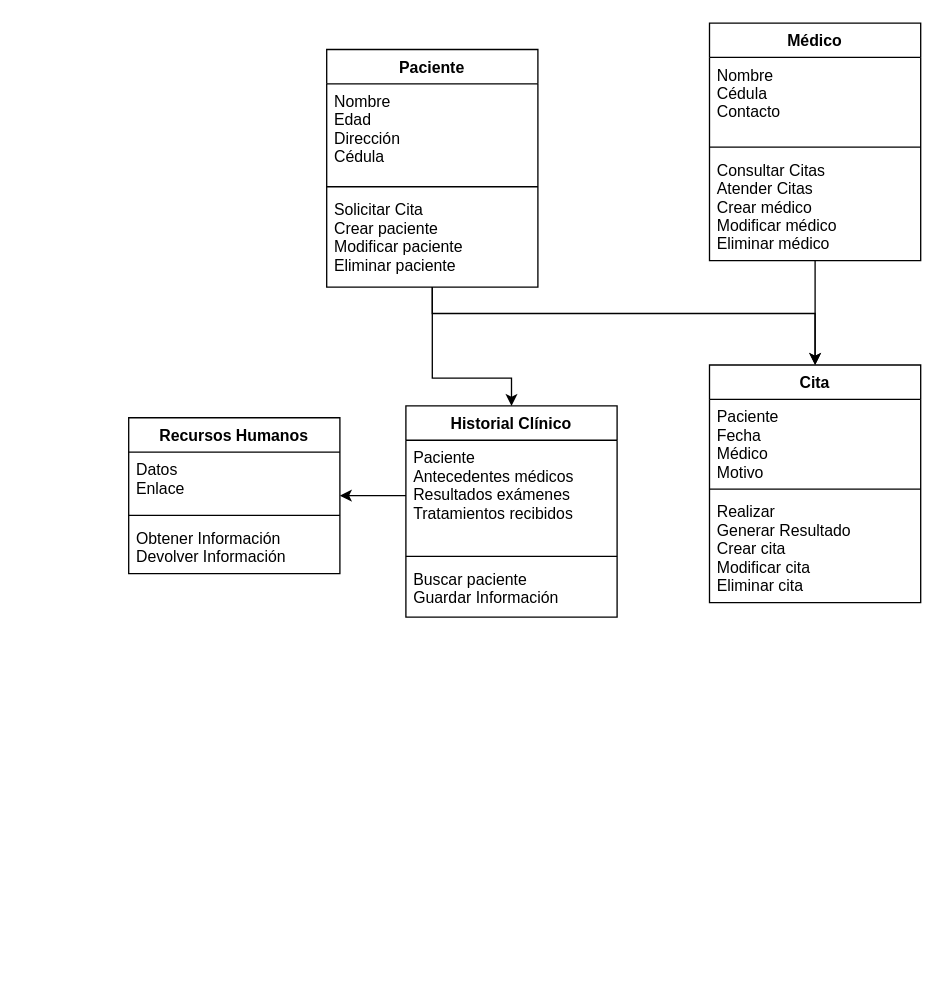
Earlier version of the draw.io diagram page "Clase" (2 of 5) of ProyectoING.Softwarell/CasosdeUso.drawio (ElJason/Draw_Diagramas). Source tidied: cells renumbered, new cells numbered last; positions are measured from the earlier drawing's top-left corner, leaving out a move shared by most shapes. Both pictures are drawn from the tidied source at 132%, with x=0, y=0 at pixel (128, 22).
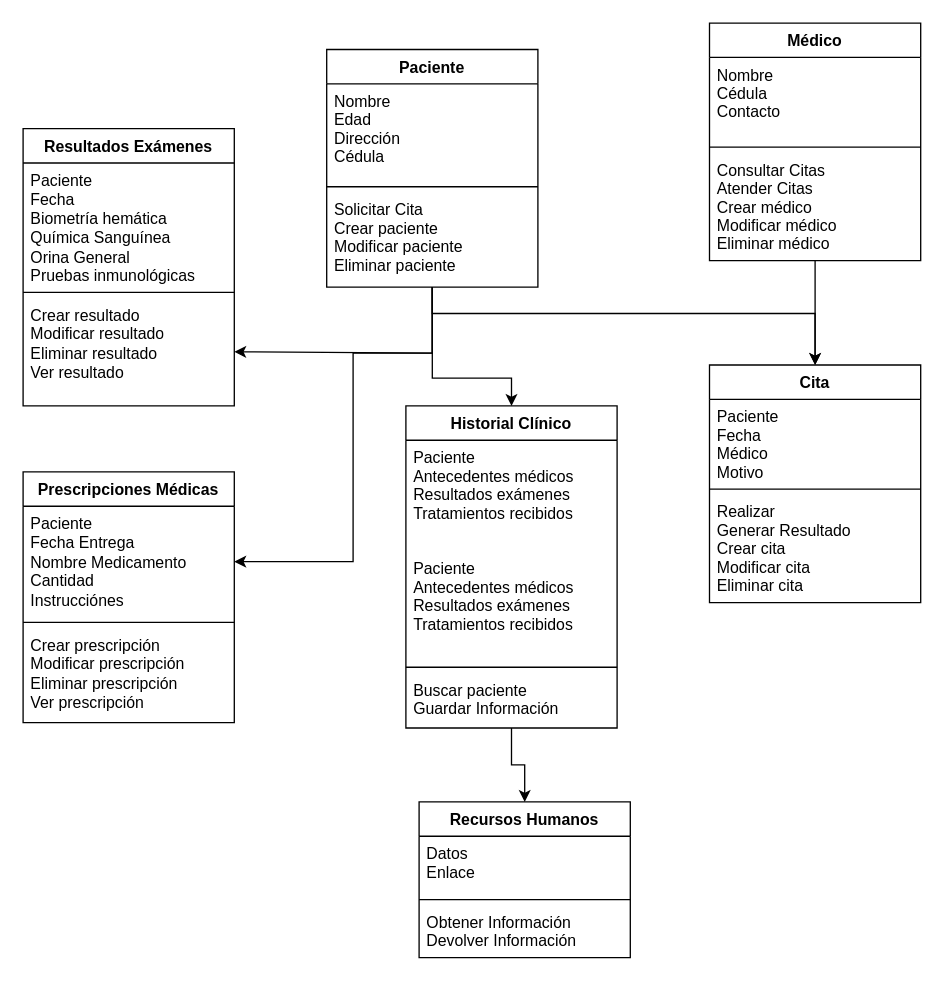
Above is the later version.

The change refers to these unchanged cells:
```xml
<mxCell id="4" value="Paciente" style="swimlane;fontStyle=1;align=center;verticalAlign=top;horizontal=1;startSize=26;" parent="1" vertex="1">
  <mxGeometry x="150" y="20" width="160" height="180" as="geometry" />
</mxCell>
```

The edit, as a diff of the source:
```diff
@@
+    <mxCell id="26" style="edgeStyle=orthogonalEdgeStyle;rounded=0;jettySize=auto;html=1;entryX=1;entryY=0.5;entryDx=0;entryDy=0;" parent="1" edge="1" source="4" target="33">
+      <mxGeometry relative="1" as="geometry">
+        <Array as="points">
+          <mxPoint x="230" y="250" />
+        </Array>
+      </mxGeometry>
+    </mxCell>
+    <mxCell id="27" style="edgeStyle=orthogonalEdgeStyle;rounded=0;jettySize=auto;html=1;entryX=1;entryY=0.5;entryDx=0;entryDy=0;" parent="1" edge="1" source="4" target="35">
+      <mxGeometry relative="1" as="geometry">
+        <Array as="points">
+          <mxPoint x="230" y="250" />
+          <mxPoint x="170" y="250" />
+          <mxPoint x="170" y="408" />
+        </Array>
+      </mxGeometry>
+    </mxCell>
@@
+    <mxCell id="28" style="edgeStyle=orthogonalEdgeStyle;rounded=0;jettySize=auto;html=1;entryX=0.5;entryY=0;entryDx=0;entryDy=0;" parent="1" edge="1" source="13" target="21">
+      <mxGeometry relative="1" as="geometry" />
+    </mxCell>
     <mxCell id="13" value="Historial Clínico" style="swimlane;fontStyle=1;align=center;verticalAlign=top;horizontal=1;startSize=26;" parent="1" vertex="1">
-      <mxGeometry x="210" y="290" width="160" height="160" as="geometry" />
+      <mxGeometry x="210" y="290" width="160" height="244" as="geometry" />
     </mxCell>
+    <mxCell id="29" value="Paciente&#10;Antecedentes médicos&#10;Resultados exámenes&#10;Tratamientos recibidos" style="text;strokeColor=none;fillColor=none;align=left;verticalAlign=top;spacingLeft=4;spacingRight=4;overflow=hidden;" parent="13" vertex="1">
+      <mxGeometry y="26" width="160" height="84" as="geometry" />
+    </mxCell>
     <mxCell id="14" value="Paciente&#10;Antecedentes médicos&#10;Resultados exámenes&#10;Tratamientos recibidos" style="text;strokeColor=none;fillColor=none;align=left;verticalAlign=top;spacingLeft=4;spacingRight=4;overflow=hidden;points=[[0,0.5],[1,0.5]];portConstraint=eastwest;" parent="13" vertex="1">
-      <mxGeometry y="26" width="160" height="84" as="geometry" />
+      <mxGeometry y="110" width="160" height="84" as="geometry" />
     </mxCell>
     <mxCell id="15" style="line;strokeWidth=1;fillColor=none;align=left;verticalAlign=middle;spacingTop=-1;spacingLeft=3;spacingRight=3;labelPosition=right;strokeColor=inherit;" parent="13" vertex="1">
-      <mxGeometry y="110" width="160" height="8" as="geometry" />
+      <mxGeometry y="194" width="160" height="8" as="geometry" />
     </mxCell>
     <mxCell id="16" value="Buscar paciente&#10;Guardar Información" style="text;strokeColor=none;fillColor=none;align=left;verticalAlign=top;spacingLeft=4;spacingRight=4;overflow=hidden;" parent="13" vertex="1">
-      <mxGeometry y="118" width="160" height="42" as="geometry" />
+      <mxGeometry y="202" width="160" height="42" as="geometry" />
     </mxCell>
@@
     <mxCell id="21" value="Recursos Humanos" style="swimlane;fontStyle=1;align=center;verticalAlign=top;horizontal=1;startSize=26;" parent="1" vertex="1">
-      <mxGeometry y="299" width="160" height="118" as="geometry" />
+      <mxGeometry x="220" y="590" width="160" height="118" as="geometry" />
     </mxCell>
@@
-    <mxCell id="25" style="edgeStyle=orthogonalEdgeStyle;rounded=0;jettySize=auto;html=1;exitX=0;exitY=0.5;exitDx=0;exitDy=0;entryX=1;entryY=0.5;entryDx=0;entryDy=0;" parent="1" edge="1" source="14" target="21">
-      <mxGeometry relative="1" as="geometry" />
-    </mxCell>
+    <mxCell id="30" value="Resultados Exámenes" style="swimlane;fontStyle=1;align=center;verticalAlign=top;horizontal=1;startSize=26;whiteSpace=wrap;html=1;" parent="1" vertex="1">
+      <mxGeometry x="-80" y="80" width="160" height="210" as="geometry" />
+    </mxCell>
+    <mxCell id="31" value="Paciente&lt;br style=&quot;border-color: var(--border-color); padding: 0px; margin: 0px;&quot;&gt;&lt;span style=&quot;&quot;&gt;Fecha&lt;/span&gt;&lt;br style=&quot;border-color: var(--border-color); padding: 0px; margin: 0px;&quot;&gt;&lt;span style=&quot;&quot;&gt;Biometría hemática&lt;/span&gt;&lt;br style=&quot;border-color: var(--border-color); padding: 0px; margin: 0px;&quot;&gt;&lt;span style=&quot;&quot;&gt;Química Sanguínea&lt;/span&gt;&lt;br style=&quot;border-color: var(--border-color); padding: 0px; margin: 0px;&quot;&gt;&lt;span style=&quot;&quot;&gt;Orina General&lt;/span&gt;&lt;br style=&quot;border-color: var(--border-color); padding: 0px; margin: 0px;&quot;&gt;&lt;span style=&quot;&quot;&gt;Pruebas inmunológicas&lt;/span&gt;" style="text;strokeColor=none;fillColor=none;align=left;verticalAlign=top;spacingLeft=4;spacingRight=4;overflow=hidden;whiteSpace=wrap;html=1;" parent="30" vertex="1">
+      <mxGeometry y="26" width="160" height="94" as="geometry" />
+    </mxCell>
+    <mxCell id="32" style="line;strokeWidth=1;fillColor=none;align=left;verticalAlign=middle;spacingTop=-1;spacingLeft=3;spacingRight=3;labelPosition=right;strokeColor=inherit;" parent="30" vertex="1">
+      <mxGeometry y="120" width="160" height="8" as="geometry" />
+    </mxCell>
+    <mxCell id="33" value="Crear resultado&lt;br&gt;Modificar resultado&lt;br&gt;Eliminar resultado&lt;br&gt;Ver resultado" style="text;strokeColor=none;fillColor=none;align=left;verticalAlign=top;spacingLeft=4;spacingRight=4;overflow=hidden;points=[[0,0.5],[1,0.5]];portConstraint=eastwest;whiteSpace=wrap;html=1;" parent="30" vertex="1">
+      <mxGeometry y="128" width="160" height="82" as="geometry" />
+    </mxCell>
+    <mxCell id="34" value="Prescripciones Médicas" style="swimlane;fontStyle=1;align=center;verticalAlign=top;horizontal=1;startSize=26;whiteSpace=wrap;html=1;" parent="1" vertex="1">
+      <mxGeometry x="-80" y="340" width="160" height="190" as="geometry" />
+    </mxCell>
+    <mxCell id="35" value="Paciente&lt;br style=&quot;border-color: var(--border-color); padding: 0px; margin: 0px;&quot;&gt;&lt;span style=&quot;&quot;&gt;Fecha Entrega&lt;/span&gt;&lt;br style=&quot;border-color: var(--border-color); padding: 0px; margin: 0px;&quot;&gt;&lt;span style=&quot;&quot;&gt;Nombre Medicamento&lt;/span&gt;&lt;br style=&quot;border-color: var(--border-color); padding: 0px; margin: 0px;&quot;&gt;&lt;span style=&quot;&quot;&gt;Cantidad&lt;/span&gt;&lt;br style=&quot;border-color: var(--border-color); padding: 0px; margin: 0px;&quot;&gt;&lt;span style=&quot;&quot;&gt;Instrucciónes&lt;/span&gt;" style="text;strokeColor=none;fillColor=none;align=left;verticalAlign=top;spacingLeft=4;spacingRight=4;overflow=hidden;points=[[0,0.5],[1,0.5]];portConstraint=eastwest;whiteSpace=wrap;html=1;" parent="34" vertex="1">
+      <mxGeometry y="26" width="160" height="84" as="geometry" />
+    </mxCell>
+    <mxCell id="36" style="line;strokeWidth=1;fillColor=none;align=left;verticalAlign=middle;spacingTop=-1;spacingLeft=3;spacingRight=3;labelPosition=right;strokeColor=inherit;" parent="34" vertex="1">
+      <mxGeometry y="110" width="160" height="8" as="geometry" />
+    </mxCell>
+    <mxCell id="37" value="Crear prescripción&lt;br&gt;Modificar prescripción&lt;br&gt;Eliminar prescripción&lt;br&gt;Ver prescripción" style="text;strokeColor=none;fillColor=none;align=left;verticalAlign=top;spacingLeft=4;spacingRight=4;overflow=hidden;whiteSpace=wrap;html=1;" parent="34" vertex="1">
+      <mxGeometry y="118" width="160" height="72" as="geometry" />
+    </mxCell>
```
